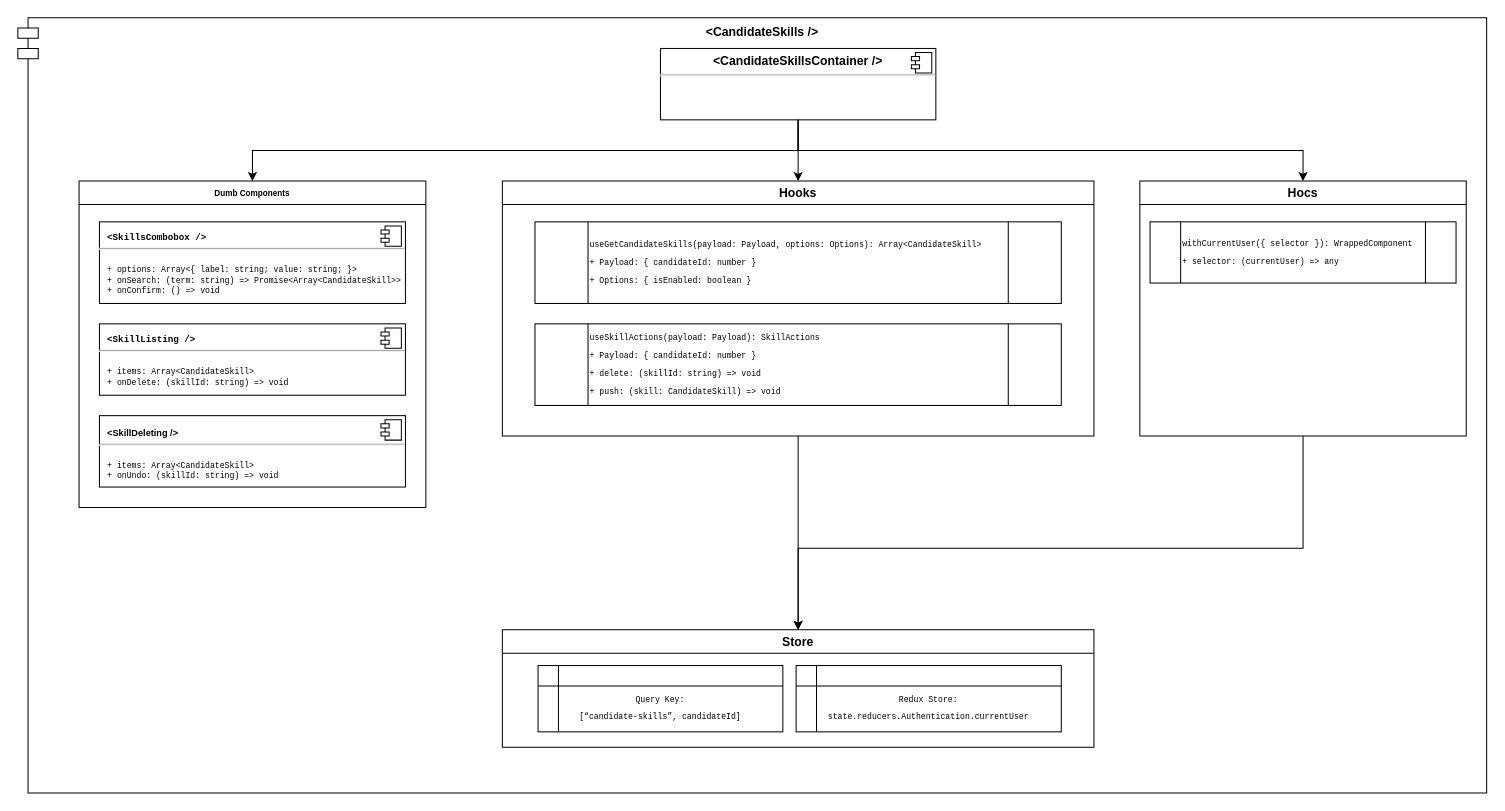
This is Untitled Diagram.drawio from felipecodes/felipecodes.com, a draw.io file, before an edit. Source tidied: cells renumbered, new cells numbered last; positions are measured from the earlier drawing's top-left corner, leaving out a move shared by most shapes. Both pictures are drawn from the tidied source at 102%, with x=0, y=0 at pixel (17, 17).
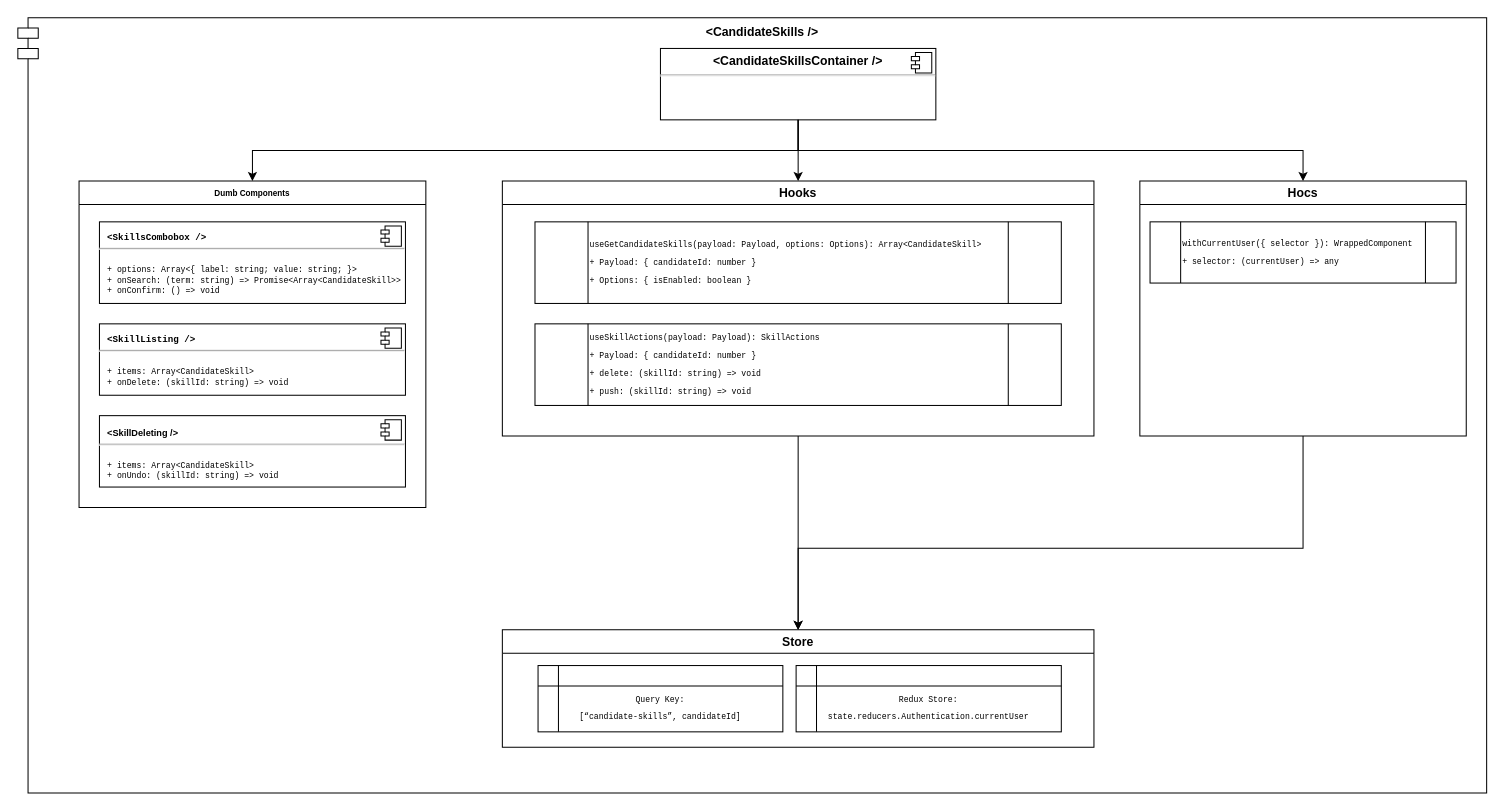
The same page after the edit.

The edit, as a diff of the source:
```diff
@@
-    <mxCell id="19" value="&lt;pre style=&quot;font-size: 8px;&quot;&gt;useSkillActions(payload: Payload): SkillActions&lt;/pre&gt;&lt;pre style=&quot;font-size: 8px;&quot;&gt;+ Payload: { candidateId: number }&lt;br&gt;&lt;/pre&gt;&lt;pre style=&quot;font-size: 8px;&quot;&gt;+ delete: (skillId: string) =&amp;gt; void&lt;/pre&gt;&lt;pre style=&quot;font-size: 8px;&quot;&gt;+ push: (skill: CandidateSkill) =&amp;gt; void&lt;/pre&gt;" style="shape=process;whiteSpace=wrap;html=1;backgroundOutline=1;align=left;" parent="1" vertex="1">
+    <mxCell id="19" value="&lt;pre style=&quot;font-size: 8px;&quot;&gt;useSkillActions(payload: Payload): SkillActions&lt;/pre&gt;&lt;pre style=&quot;font-size: 8px;&quot;&gt;+ Payload: { candidateId: number }&lt;br&gt;&lt;/pre&gt;&lt;pre style=&quot;font-size: 8px;&quot;&gt;+ delete: (skillId: string) =&amp;gt; void&lt;/pre&gt;&lt;pre style=&quot;font-size: 8px;&quot;&gt;+ push: (skillId: string) =&amp;gt; void&lt;/pre&gt;" style="shape=process;whiteSpace=wrap;html=1;backgroundOutline=1;align=left;" parent="1" vertex="1">
       <mxGeometry x="507" y="300" width="516" height="80" as="geometry" />
     </mxCell>
```
